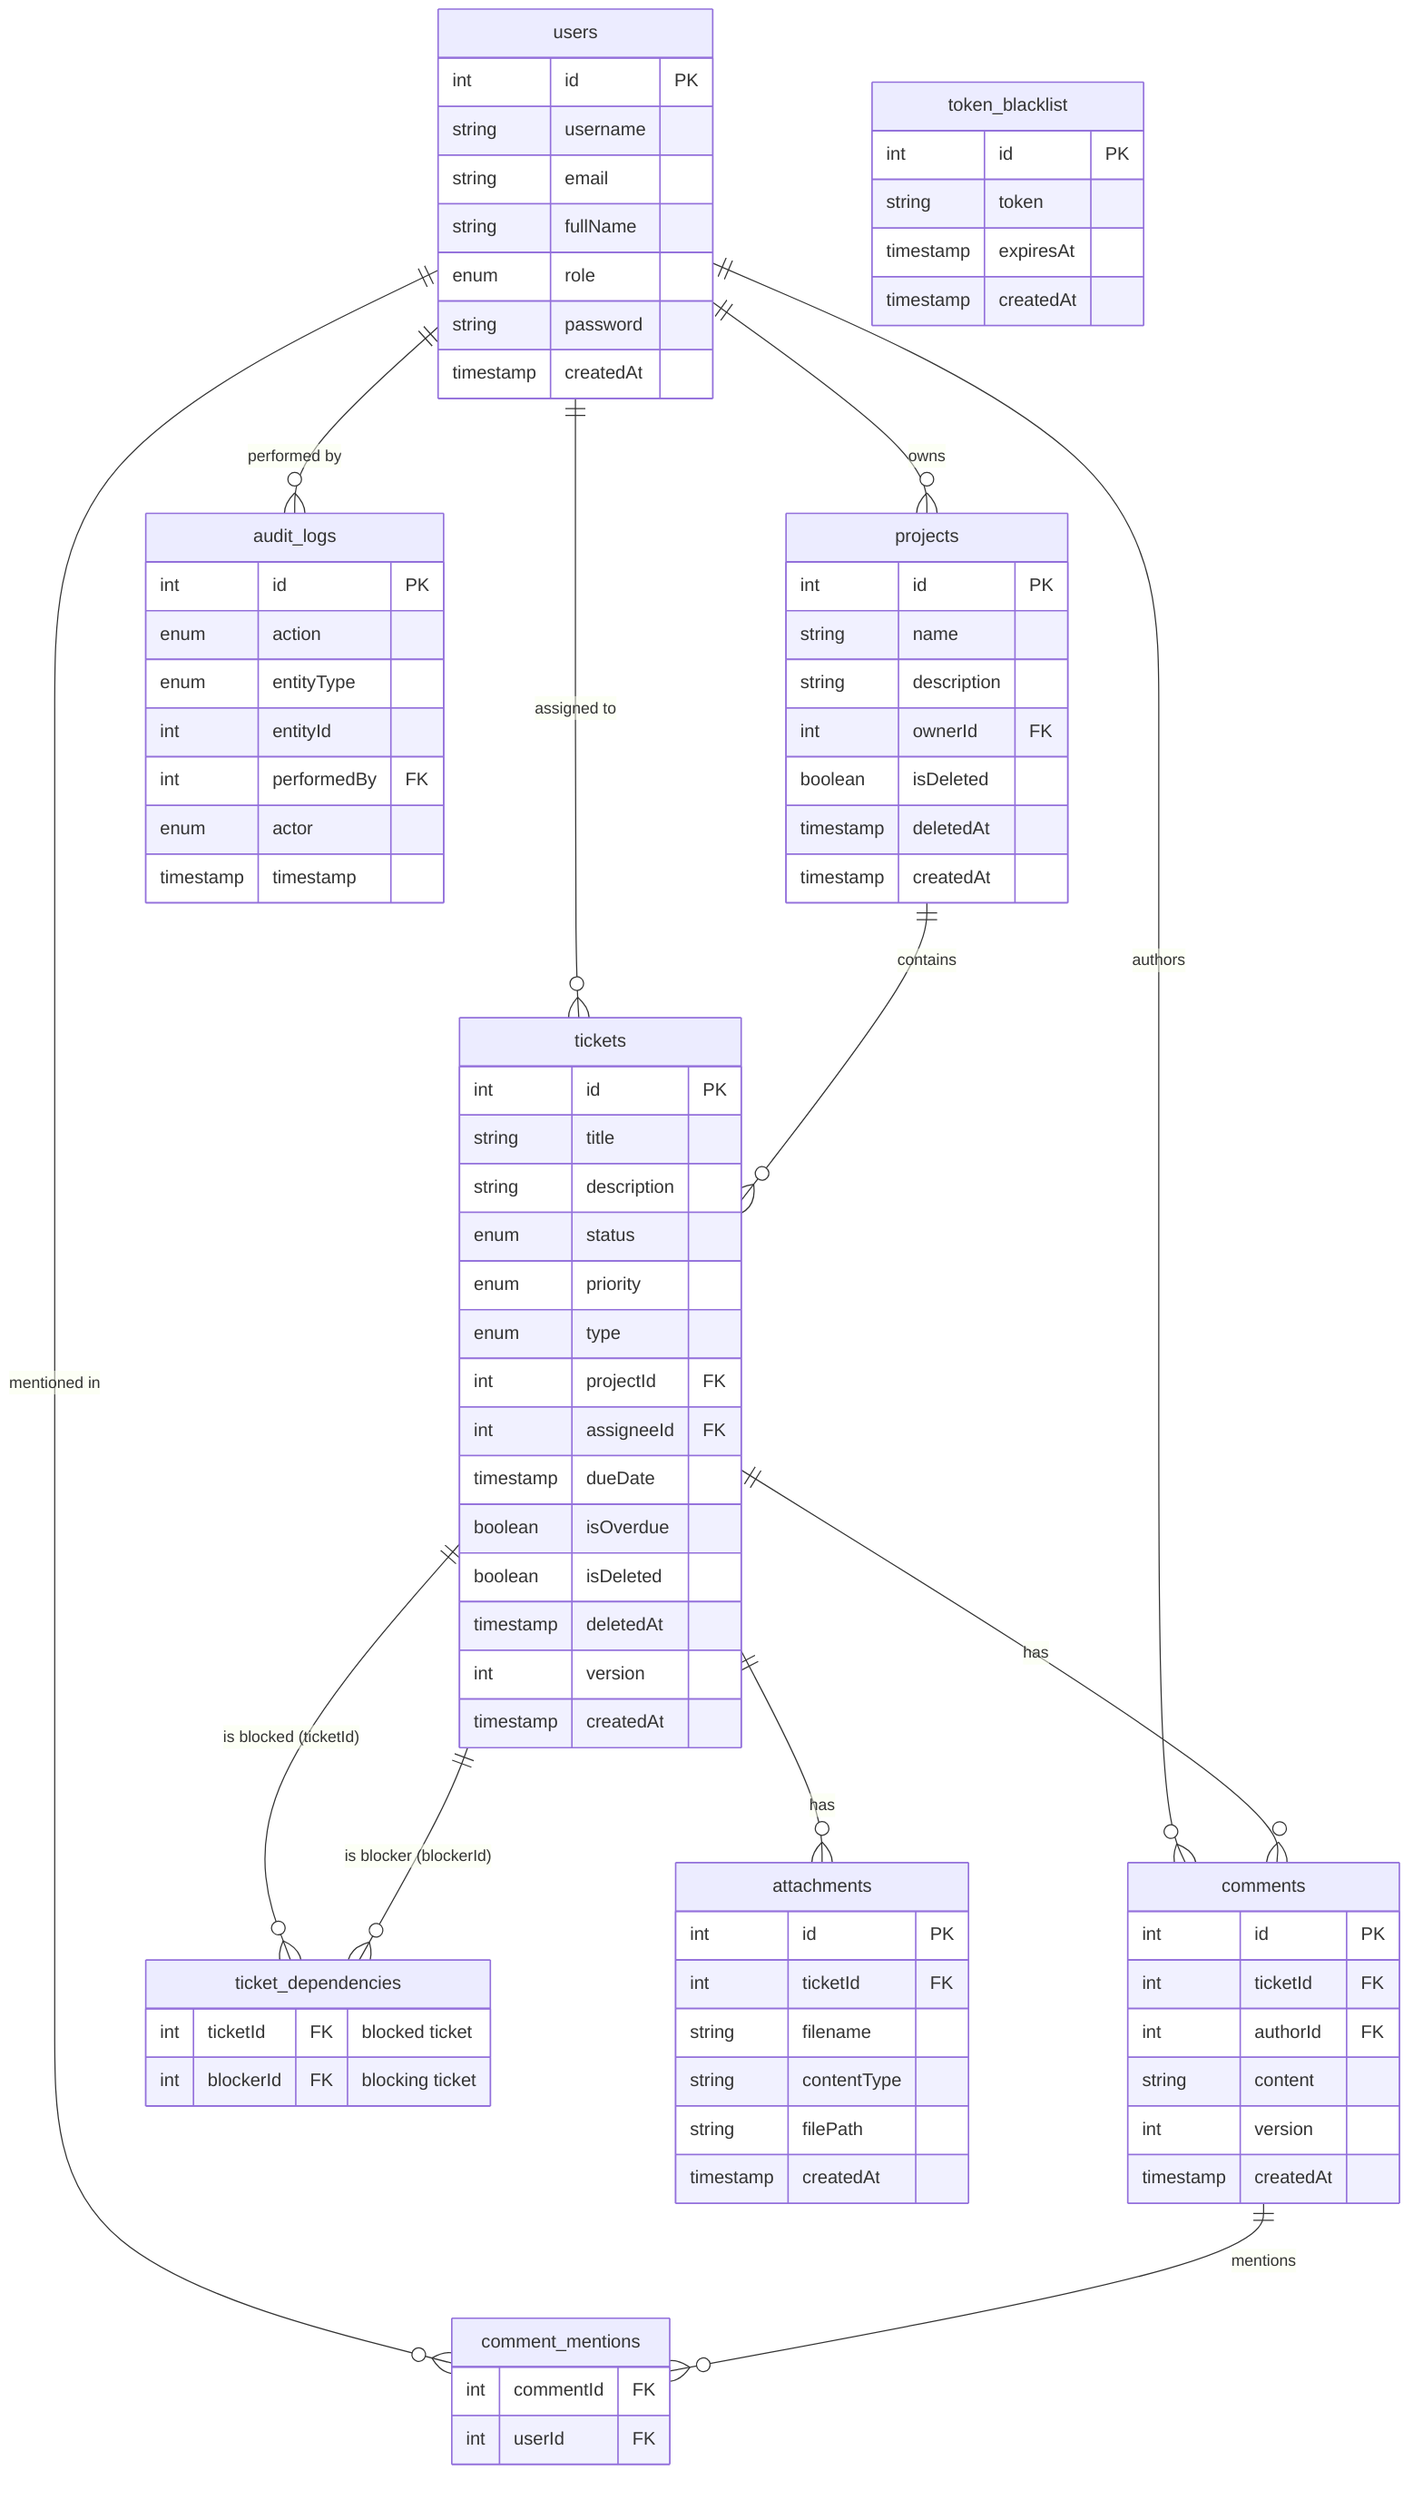
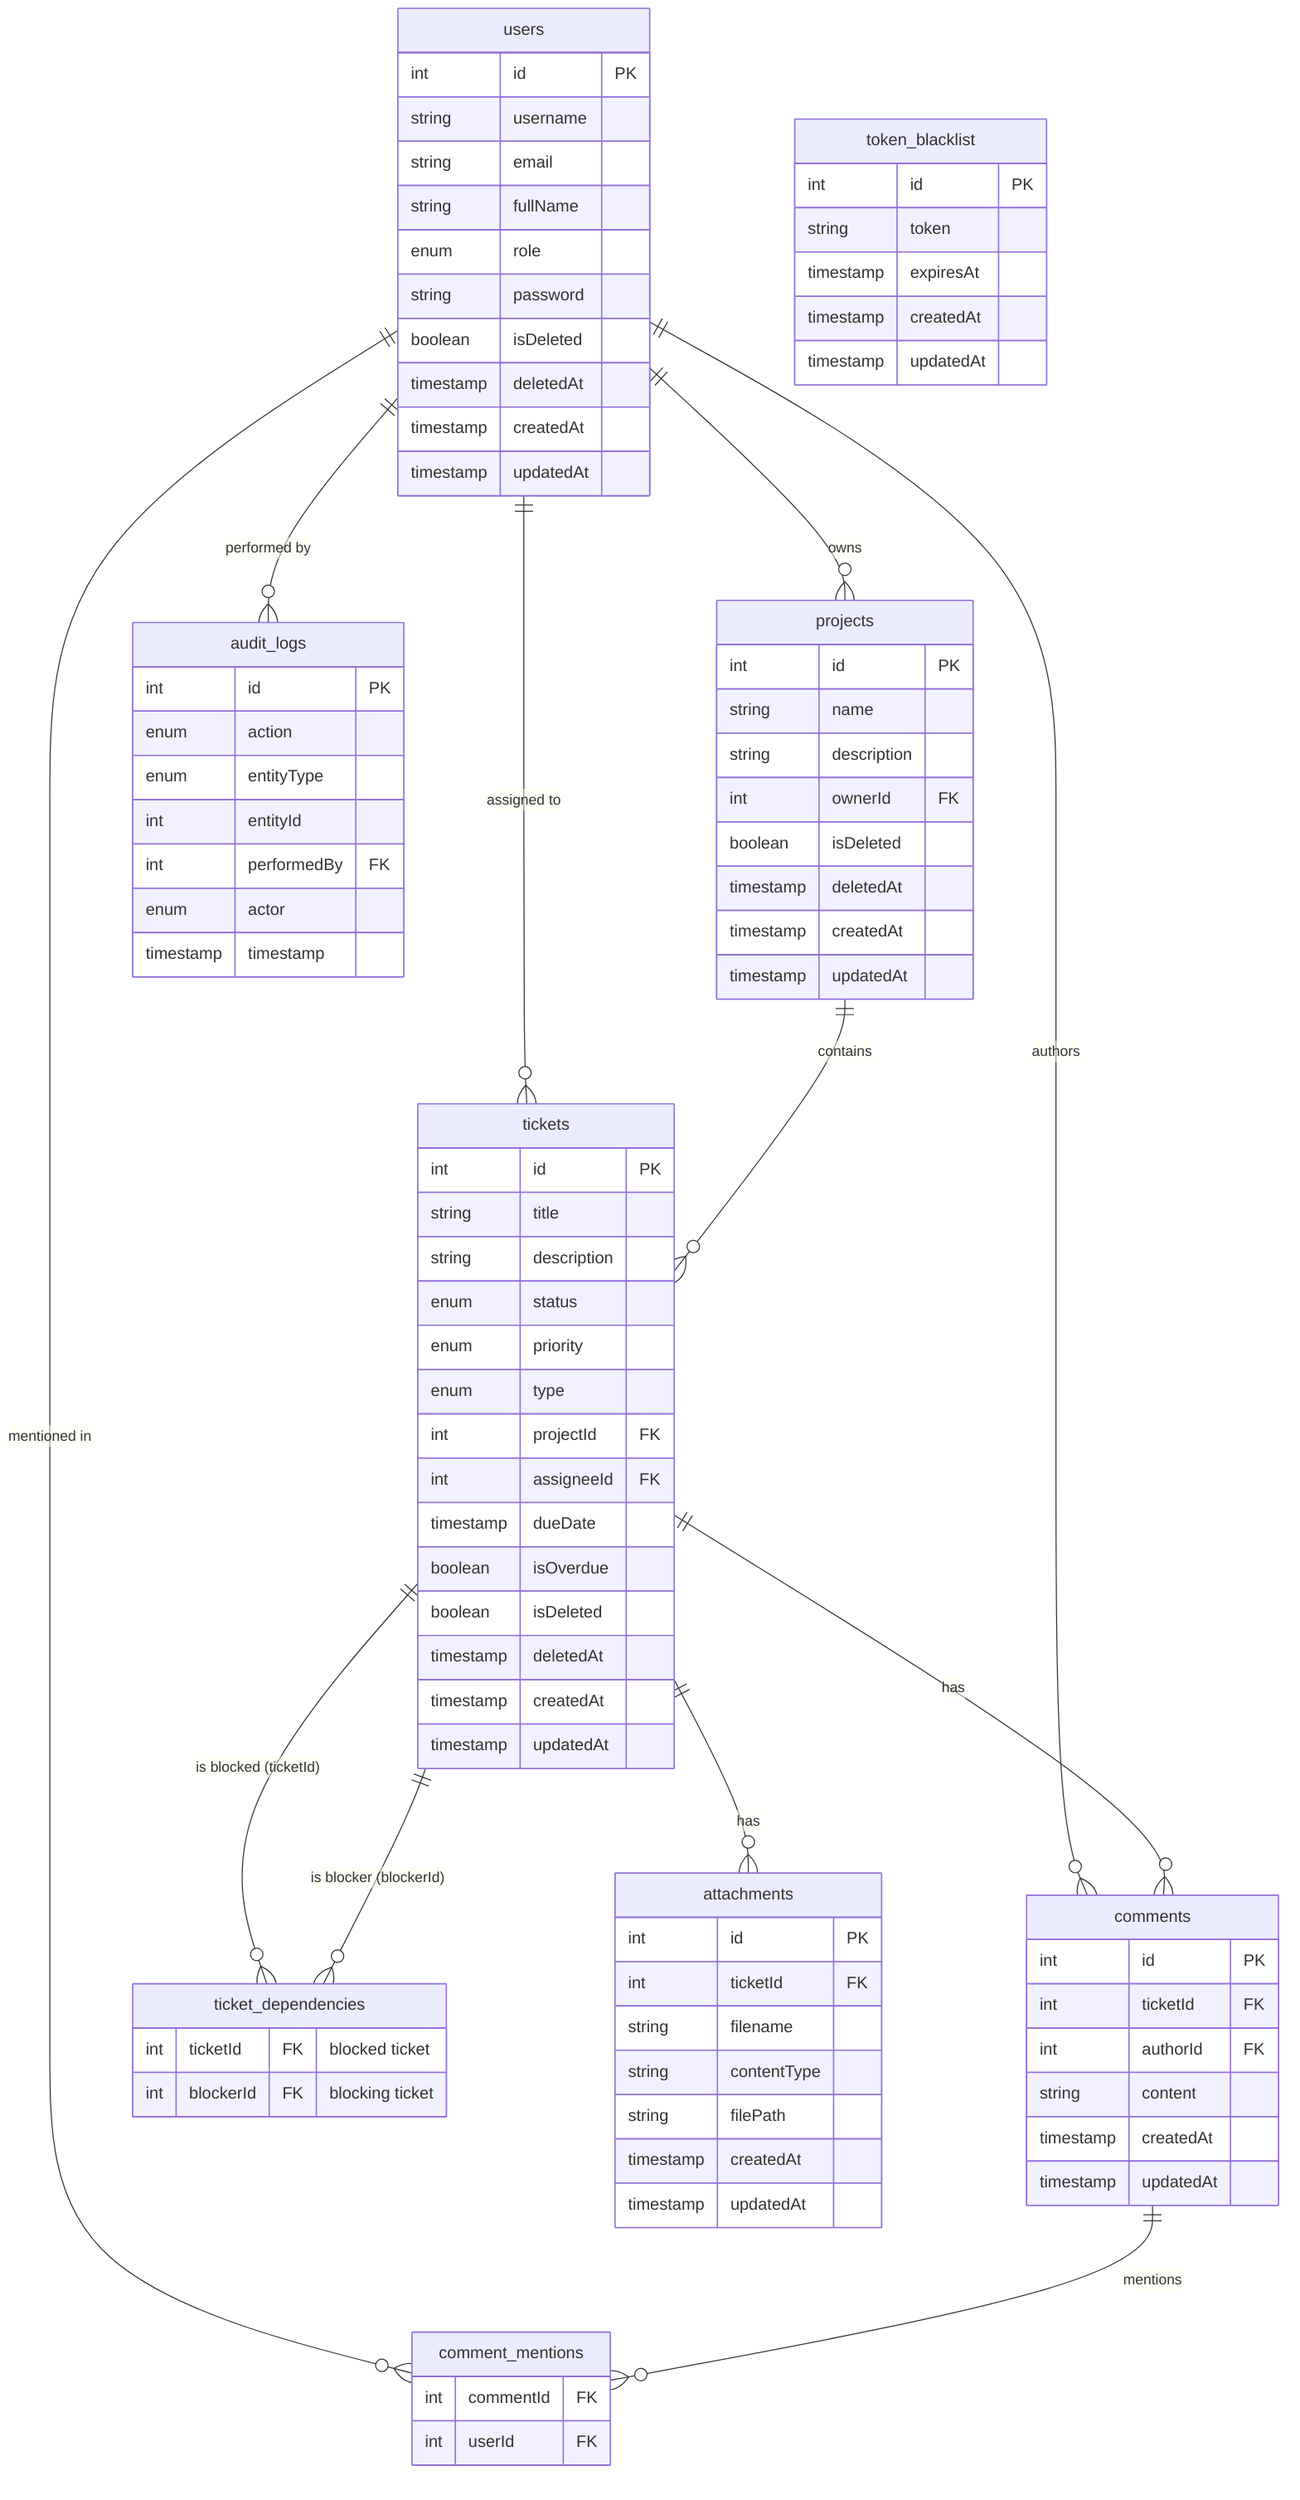
erDiagram
  users {
    int id PK
    string username
    string email
    string fullName
    enum role
    string password
+     boolean isDeleted
+     timestamp deletedAt
    timestamp createdAt
+     timestamp updatedAt
  }
  projects {
    int id PK
    string name
    string description
    int ownerId FK
    boolean isDeleted
    timestamp deletedAt
    timestamp createdAt
+     timestamp updatedAt
  }
  tickets {
    int id PK
    string title
    string description
    enum status
    enum priority
    enum type
    int projectId FK
    int assigneeId FK
    timestamp dueDate
    boolean isOverdue
    boolean isDeleted
    timestamp deletedAt
-     int version
    timestamp createdAt
+     timestamp updatedAt
  }
  comments {
    int id PK
    int ticketId FK
    int authorId FK
    string content
-     int version
    timestamp createdAt
+     timestamp updatedAt
  }
  audit_logs {
    int id PK
    enum action
    enum entityType
    int entityId
    int performedBy FK
    enum actor
    timestamp timestamp
  }
  token_blacklist {
    int id PK
    string token
    timestamp expiresAt
    timestamp createdAt
+     timestamp updatedAt
  }
  ticket_dependencies {
    int ticketId FK "blocked ticket"
    int blockerId FK "blocking ticket"
  }
  attachments {
    int id PK
    int ticketId FK
    string filename
    string contentType
    string filePath
    timestamp createdAt
+     timestamp updatedAt
  }
  comment_mentions {
    int commentId FK
    int userId FK
  }

  users ||--o{ projects : "owns"
  users ||--o{ tickets : "assigned to"
  users ||--o{ comments : "authors"
  users ||--o{ audit_logs : "performed by"
  users ||--o{ comment_mentions : "mentioned in"
  projects ||--o{ tickets : "contains"
  tickets ||--o{ comments : "has"
  tickets ||--o{ attachments : "has"
  tickets ||--o{ ticket_dependencies : "is blocked (ticketId)"
  tickets ||--o{ ticket_dependencies : "is blocker (blockerId)"
  comments ||--o{ comment_mentions : "mentions"